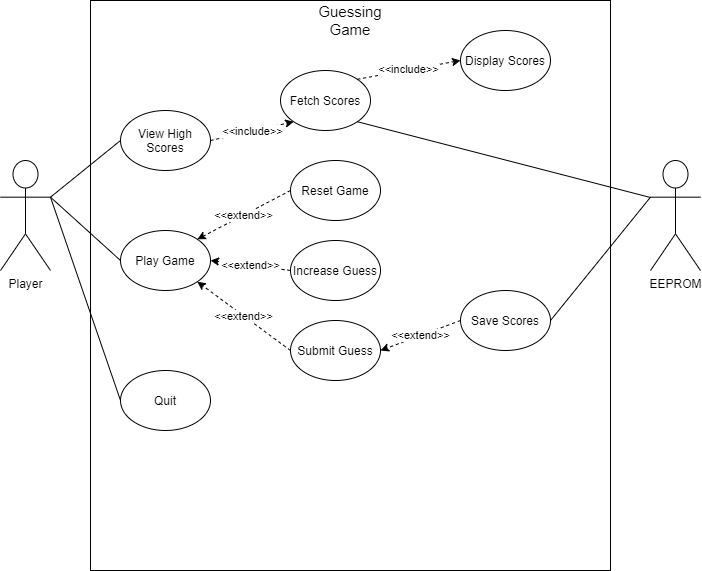
This is Practical-3/Use-case diagram.png from Kore-rep/eee-3096s-practical-work, a draw.io export, as it was before one commit. Source tidied: cells renumbered, new cells last; positions are measured from the earlier drawing's top-left corner, leaving out a move shared by most shapes.
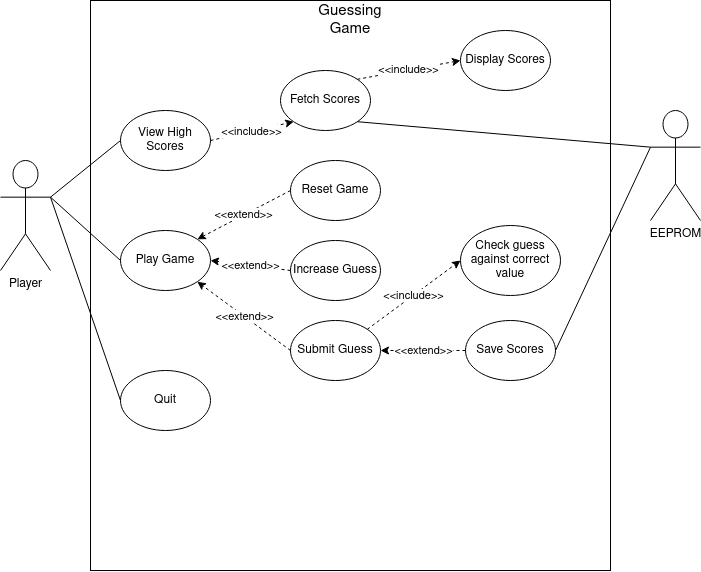
After the change.

Commit message:
Added guess checking to use case diagram.

Diff of the diagram source:
```diff
@@ -15,7 +15,7 @@
       <mxGeometry x="120" y="110" width="90" height="60" as="geometry" />
     </mxCell>
     <mxCell id="6" value="EEPROM" style="shape=umlActor;verticalLabelPosition=bottom;verticalAlign=top;html=1;outlineConnect=0;rounded=0;glass=0;" parent="1" vertex="1">
-      <mxGeometry x="650" y="160" width="50" height="110" as="geometry" />
+      <mxGeometry x="650" y="110" width="50" height="110" as="geometry" />
     </mxCell>
     <mxCell id="7" value="Play Game" style="ellipse;whiteSpace=wrap;html=1;rounded=0;glass=0;" parent="1" vertex="1">
       <mxGeometry x="120" y="230" width="90" height="60" as="geometry" />
@@ -29,10 +29,8 @@
     <mxCell id="10" value="Display Scores" style="ellipse;whiteSpace=wrap;html=1;rounded=0;glass=0;" parent="1" vertex="1">
       <mxGeometry x="460" y="30" width="90" height="60" as="geometry" />
     </mxCell>
-    <mxCell id="11" style="endArrow=none;html=1;entryX=1;entryY=1;entryDx=0;entryDy=0;" parent="1" edge="1" target="9">
-      <mxGeometry relative="1" as="geometry">
-        <mxPoint x="650" y="197" as="sourcePoint" />
-      </mxGeometry>
+    <mxCell id="11" style="endArrow=none;html=1;entryX=1;entryY=1;entryDx=0;entryDy=0;exitX=0;exitY=0.3333333333333333;exitDx=0;exitDy=0;exitPerimeter=0;" parent="1" edge="1" source="6" target="9">
+      <mxGeometry relative="1" as="geometry" />
     </mxCell>
     <mxCell id="12" value="&amp;lt;&amp;lt;include&amp;gt;&amp;gt;" style="endArrow=classic;html=1;exitX=1;exitY=0.5;exitDx=0;exitDy=0;entryX=0;entryY=1;entryDx=0;entryDy=0;dashed=1;" parent="1" edge="1" source="5" target="9">
       <mxGeometry relative="1" as="geometry" />
@@ -50,7 +48,7 @@
       <mxGeometry relative="1" as="geometry" />
     </mxCell>
     <mxCell id="17" value="Save Scores" style="ellipse;whiteSpace=wrap;html=1;rounded=0;glass=0;" parent="1" vertex="1">
-      <mxGeometry x="460" y="290" width="90" height="60" as="geometry" />
+      <mxGeometry x="465" y="320" width="90" height="60" as="geometry" />
     </mxCell>
     <mxCell id="18" value="&amp;lt;&amp;lt;extend&amp;gt;&amp;gt;" style="endArrow=classic;html=1;exitX=0;exitY=0.5;exitDx=0;exitDy=0;entryX=1;entryY=0.5;entryDx=0;entryDy=0;dashed=1;" parent="1" edge="1" source="17" target="23">
       <mxGeometry relative="1" as="geometry" />
@@ -76,5 +74,11 @@
     <mxCell id="25" value="&amp;lt;&amp;lt;extend&amp;gt;&amp;gt;" style="endArrow=classic;html=1;exitX=0;exitY=0.5;exitDx=0;exitDy=0;dashed=1;entryX=1;entryY=1;entryDx=0;entryDy=0;" parent="1" edge="1" source="23" target="7">
       <mxGeometry relative="1" as="geometry" />
     </mxCell>
+    <mxCell id="26" value="Check guess against correct value" style="ellipse;whiteSpace=wrap;html=1;rounded=0;glass=0;" parent="1" vertex="1">
+      <mxGeometry x="460" y="225" width="100" height="70" as="geometry" />
+    </mxCell>
+    <mxCell id="27" value="&amp;lt;&amp;lt;include&amp;gt;&amp;gt;" style="endArrow=classic;html=1;exitX=1;exitY=0;exitDx=0;exitDy=0;entryX=0;entryY=0.5;entryDx=0;entryDy=0;dashed=1;" parent="1" edge="1" source="23" target="26">
+      <mxGeometry relative="1" as="geometry" />
+    </mxCell>
   </root>
 </mxGraphModel>
```
